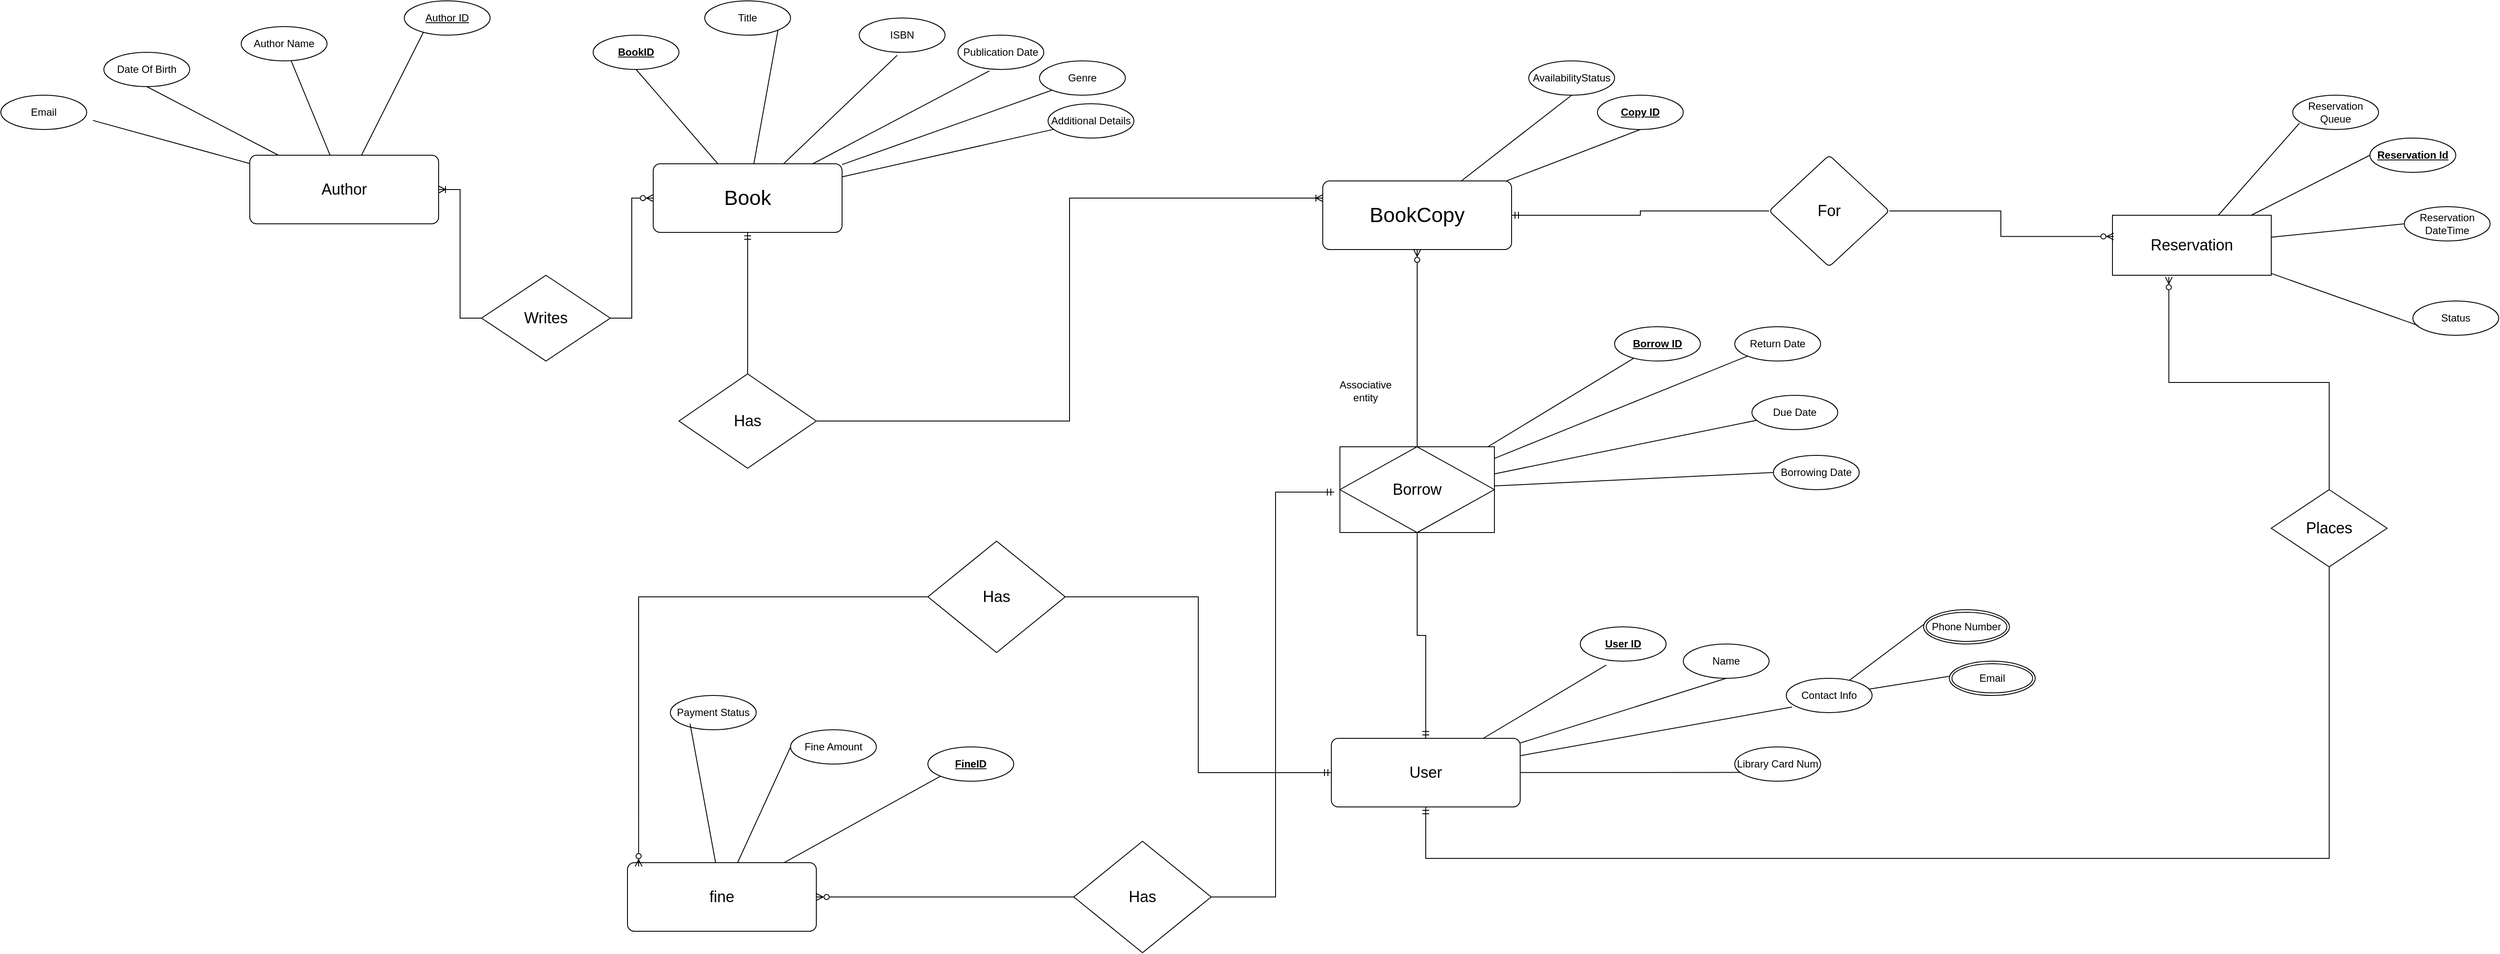
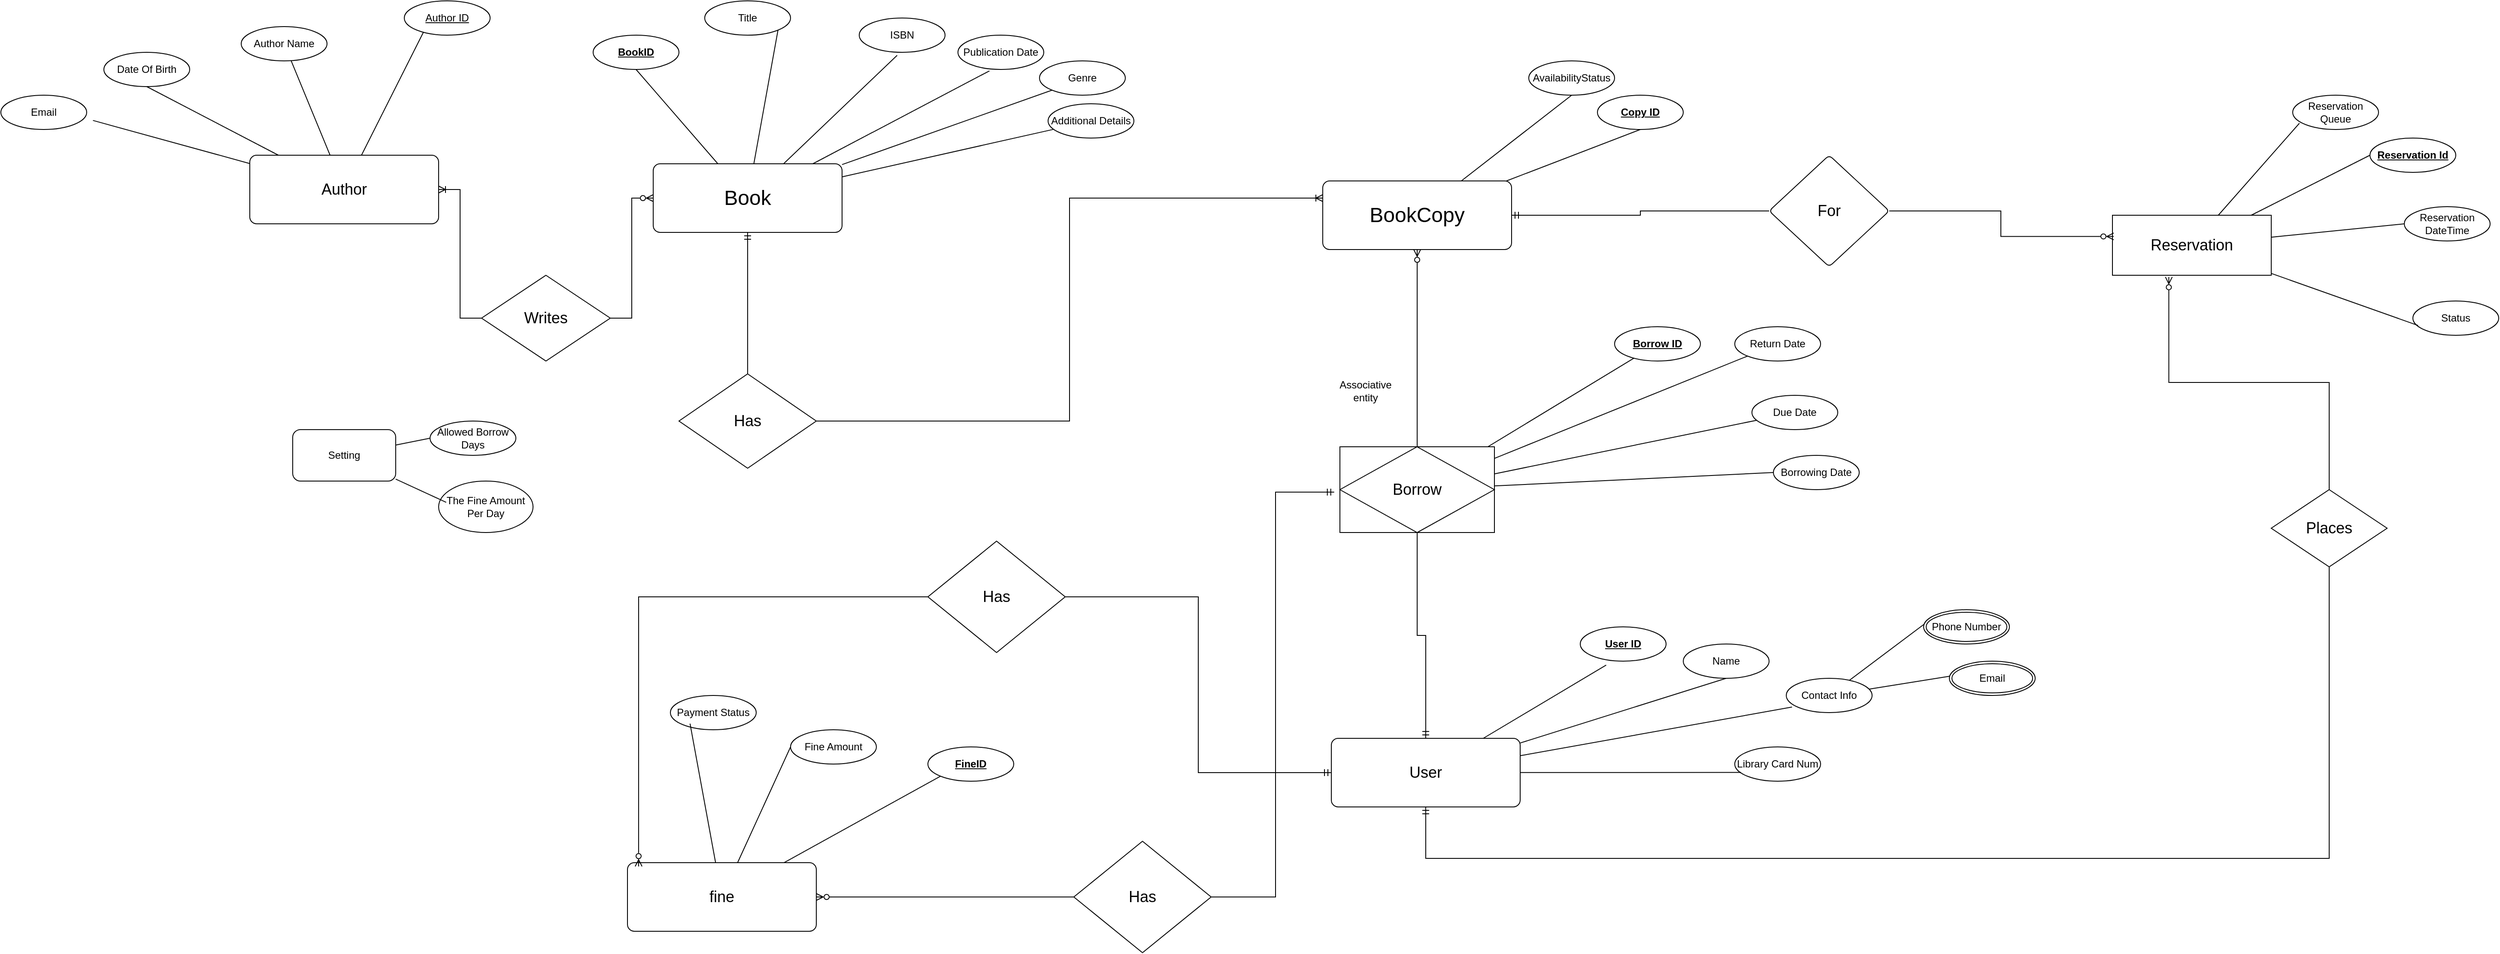
<mxfile host="app.diagrams.net">
  <diagram name="Page-1" id="B9Nwf9ZPLkXmfYra15Gt">
-     <mxGraphModel dx="2284" dy="1848" grid="1" gridSize="10" guides="1" tooltips="1" connect="1" arrows="1" fold="1" page="1" pageScale="1" pageWidth="850" pageHeight="1100" math="0" shadow="0">
+     <mxGraphModel dx="1545" dy="1462" grid="1" gridSize="10" guides="1" tooltips="1" connect="1" arrows="1" fold="1" page="1" pageScale="1" pageWidth="850" pageHeight="1100" math="0" shadow="0">
      <root>
        <mxCell id="0" />
        <mxCell id="1" parent="0" />
        <mxCell id="yqGJgnaFVJ7uCynHO3OM-8" edge="1" parent="1" source="yqGJgnaFVJ7uCynHO3OM-1" style="rounded=0;orthogonalLoop=1;jettySize=auto;html=1;entryX=0.5;entryY=1;entryDx=0;entryDy=0;endArrow=none;endFill=0;" target="yqGJgnaFVJ7uCynHO3OM-7">
          <mxGeometry relative="1" as="geometry" />
        </mxCell>
        <mxCell id="yqGJgnaFVJ7uCynHO3OM-9" edge="1" parent="1" source="yqGJgnaFVJ7uCynHO3OM-1" style="rounded=0;orthogonalLoop=1;jettySize=auto;html=1;entryX=1;entryY=1;entryDx=0;entryDy=0;endArrow=none;endFill=0;" target="yqGJgnaFVJ7uCynHO3OM-6">
          <mxGeometry relative="1" as="geometry" />
        </mxCell>
        <mxCell id="yqGJgnaFVJ7uCynHO3OM-14" edge="1" parent="1" source="yqGJgnaFVJ7uCynHO3OM-1" style="rounded=0;orthogonalLoop=1;jettySize=auto;html=1;entryX=0;entryY=1;entryDx=0;entryDy=0;endArrow=none;endFill=0;" target="yqGJgnaFVJ7uCynHO3OM-5">
          <mxGeometry relative="1" as="geometry" />
        </mxCell>
        <mxCell id="yqGJgnaFVJ7uCynHO3OM-16" edge="1" parent="1" source="yqGJgnaFVJ7uCynHO3OM-1" style="rounded=0;orthogonalLoop=1;jettySize=auto;html=1;endArrow=none;endFill=0;" target="yqGJgnaFVJ7uCynHO3OM-15">
          <mxGeometry relative="1" as="geometry" />
        </mxCell>
        <mxCell id="yqGJgnaFVJ7uCynHO3OM-65" edge="1" parent="1" source="yqGJgnaFVJ7uCynHO3OM-1" style="edgeStyle=orthogonalEdgeStyle;rounded=0;orthogonalLoop=1;jettySize=auto;html=1;startArrow=ERmandOne;startFill=0;endArrow=none;endFill=0;" target="yqGJgnaFVJ7uCynHO3OM-64">
          <mxGeometry relative="1" as="geometry" />
        </mxCell>
        <mxCell id="yqGJgnaFVJ7uCynHO3OM-1" parent="1" style="rounded=1;arcSize=10;whiteSpace=wrap;html=1;align=center;" value="&lt;font style=&quot;font-size: 24px;&quot;&gt;Book&lt;/font&gt;" vertex="1">
          <mxGeometry height="80" width="220" x="-30" y="110" as="geometry" />
        </mxCell>
        <mxCell id="yqGJgnaFVJ7uCynHO3OM-2" parent="1" style="ellipse;whiteSpace=wrap;html=1;align=center;" value="Author Name" vertex="1">
          <mxGeometry height="40" width="100" x="-510" y="-50" as="geometry" />
        </mxCell>
        <mxCell id="yqGJgnaFVJ7uCynHO3OM-3" parent="1" style="ellipse;whiteSpace=wrap;html=1;align=center;" value="ISBN" vertex="1">
          <mxGeometry height="40" width="100" x="210" y="-60" as="geometry" />
        </mxCell>
        <mxCell id="yqGJgnaFVJ7uCynHO3OM-4" parent="1" style="ellipse;whiteSpace=wrap;html=1;align=center;" value="Publication Date" vertex="1">
          <mxGeometry height="40" width="100" x="325" y="-40" as="geometry" />
        </mxCell>
        <mxCell id="yqGJgnaFVJ7uCynHO3OM-5" parent="1" style="ellipse;whiteSpace=wrap;html=1;align=center;" value="Genre" vertex="1">
          <mxGeometry height="40" width="100" x="420" y="-10" as="geometry" />
        </mxCell>
        <mxCell id="yqGJgnaFVJ7uCynHO3OM-6" parent="1" style="ellipse;whiteSpace=wrap;html=1;align=center;" value="Title" vertex="1">
          <mxGeometry height="40" width="100" x="30" y="-80" as="geometry" />
        </mxCell>
        <mxCell id="yqGJgnaFVJ7uCynHO3OM-7" parent="1" style="ellipse;whiteSpace=wrap;html=1;align=center;" value="&lt;b&gt;&lt;u&gt;BookID&lt;/u&gt;&lt;/b&gt;" vertex="1">
          <mxGeometry height="40" width="100" x="-100" y="-40" as="geometry" />
        </mxCell>
        <mxCell id="yqGJgnaFVJ7uCynHO3OM-12" edge="1" parent="1" source="yqGJgnaFVJ7uCynHO3OM-1" style="rounded=0;orthogonalLoop=1;jettySize=auto;html=1;entryX=0.442;entryY=1.088;entryDx=0;entryDy=0;entryPerimeter=0;endArrow=none;endFill=0;" target="yqGJgnaFVJ7uCynHO3OM-3">
          <mxGeometry relative="1" as="geometry" />
        </mxCell>
        <mxCell id="yqGJgnaFVJ7uCynHO3OM-13" edge="1" parent="1" source="yqGJgnaFVJ7uCynHO3OM-1" style="rounded=0;orthogonalLoop=1;jettySize=auto;html=1;entryX=0.367;entryY=1.041;entryDx=0;entryDy=0;entryPerimeter=0;endArrow=none;endFill=0;" target="yqGJgnaFVJ7uCynHO3OM-4">
          <mxGeometry relative="1" as="geometry" />
        </mxCell>
        <mxCell id="yqGJgnaFVJ7uCynHO3OM-15" parent="1" style="ellipse;whiteSpace=wrap;html=1;align=center;" value="&lt;div&gt;Additional Details&lt;/div&gt;" vertex="1">
          <mxGeometry height="40" width="100" x="430" y="40" as="geometry" />
        </mxCell>
        <mxCell id="yqGJgnaFVJ7uCynHO3OM-19" edge="1" parent="1" source="yqGJgnaFVJ7uCynHO3OM-17" style="rounded=0;orthogonalLoop=1;jettySize=auto;html=1;entryX=0.5;entryY=1;entryDx=0;entryDy=0;endArrow=none;endFill=0;" target="yqGJgnaFVJ7uCynHO3OM-18">
          <mxGeometry relative="1" as="geometry" />
        </mxCell>
        <mxCell id="yqGJgnaFVJ7uCynHO3OM-21" edge="1" parent="1" source="yqGJgnaFVJ7uCynHO3OM-17" style="rounded=0;orthogonalLoop=1;jettySize=auto;html=1;entryX=0.5;entryY=1;entryDx=0;entryDy=0;endArrow=none;endFill=0;" target="yqGJgnaFVJ7uCynHO3OM-20">
          <mxGeometry relative="1" as="geometry" />
        </mxCell>
        <mxCell id="yqGJgnaFVJ7uCynHO3OM-77" edge="1" parent="1" source="yqGJgnaFVJ7uCynHO3OM-17" style="edgeStyle=orthogonalEdgeStyle;rounded=0;orthogonalLoop=1;jettySize=auto;html=1;endArrow=none;endFill=0;startArrow=ERmandOne;startFill=0;" target="yqGJgnaFVJ7uCynHO3OM-76" value="">
          <mxGeometry relative="1" as="geometry" />
        </mxCell>
        <mxCell id="yqGJgnaFVJ7uCynHO3OM-17" parent="1" style="rounded=1;arcSize=10;whiteSpace=wrap;html=1;align=center;" value="&lt;font style=&quot;font-size: 24px;&quot;&gt;BookCopy&lt;/font&gt;" vertex="1">
          <mxGeometry height="80" width="220" x="750" y="130" as="geometry" />
        </mxCell>
        <mxCell id="yqGJgnaFVJ7uCynHO3OM-18" parent="1" style="ellipse;whiteSpace=wrap;html=1;align=center;" value="&lt;u&gt;&lt;b&gt;Copy ID&lt;/b&gt;&lt;/u&gt;" vertex="1">
          <mxGeometry height="40" width="100" x="1070" y="30" as="geometry" />
        </mxCell>
        <mxCell id="yqGJgnaFVJ7uCynHO3OM-20" parent="1" style="ellipse;whiteSpace=wrap;html=1;align=center;" value="&lt;div&gt;AvailabilityStatus &lt;/div&gt;" vertex="1">
          <mxGeometry height="40" width="100" x="990" y="-10" as="geometry" />
        </mxCell>
        <mxCell id="yqGJgnaFVJ7uCynHO3OM-24" edge="1" parent="1" source="yqGJgnaFVJ7uCynHO3OM-22" style="rounded=0;orthogonalLoop=1;jettySize=auto;html=1;entryX=0.5;entryY=1;entryDx=0;entryDy=0;endArrow=none;endFill=0;" target="yqGJgnaFVJ7uCynHO3OM-23">
          <mxGeometry relative="1" as="geometry" />
        </mxCell>
        <mxCell id="yqGJgnaFVJ7uCynHO3OM-62" edge="1" parent="1" source="yqGJgnaFVJ7uCynHO3OM-33" style="edgeStyle=orthogonalEdgeStyle;rounded=0;orthogonalLoop=1;jettySize=auto;html=1;entryX=1;entryY=0.5;entryDx=0;entryDy=0;endArrow=none;endFill=0;startArrow=ERmandOne;startFill=0;exitX=-0.037;exitY=0.529;exitDx=0;exitDy=0;exitPerimeter=0;" target="yqGJgnaFVJ7uCynHO3OM-61">
          <mxGeometry relative="1" as="geometry" />
        </mxCell>
        <mxCell id="yqGJgnaFVJ7uCynHO3OM-90" edge="1" parent="1" source="yqGJgnaFVJ7uCynHO3OM-22" style="edgeStyle=orthogonalEdgeStyle;rounded=0;orthogonalLoop=1;jettySize=auto;html=1;entryX=0.5;entryY=1;entryDx=0;entryDy=0;endArrow=none;endFill=0;startArrow=ERmandOne;startFill=0;" target="yqGJgnaFVJ7uCynHO3OM-89">
          <mxGeometry relative="1" as="geometry">
            <Array as="points">
              <mxPoint x="870" y="920" />
              <mxPoint x="1922.55" y="920" />
            </Array>
          </mxGeometry>
        </mxCell>
        <mxCell id="uUi9bw1wtk8PfAUnjRbH-18" edge="1" parent="1" source="yqGJgnaFVJ7uCynHO3OM-22" style="edgeStyle=orthogonalEdgeStyle;rounded=0;orthogonalLoop=1;jettySize=auto;html=1;entryX=1;entryY=0.5;entryDx=0;entryDy=0;endArrow=none;endFill=0;startArrow=ERmandOne;startFill=0;" target="uUi9bw1wtk8PfAUnjRbH-17">
          <mxGeometry relative="1" as="geometry" />
        </mxCell>
        <mxCell id="yqGJgnaFVJ7uCynHO3OM-22" parent="1" style="rounded=1;arcSize=10;whiteSpace=wrap;html=1;align=center;" value="&lt;font style=&quot;font-size: 18px;&quot;&gt;User&lt;/font&gt;" vertex="1">
          <mxGeometry height="80" width="220" x="760" y="780" as="geometry" />
        </mxCell>
        <mxCell id="yqGJgnaFVJ7uCynHO3OM-23" parent="1" style="ellipse;whiteSpace=wrap;html=1;align=center;" value="Name" vertex="1">
          <mxGeometry height="40" width="100" x="1170" y="670" as="geometry" />
        </mxCell>
        <mxCell id="yqGJgnaFVJ7uCynHO3OM-44" edge="1" parent="1" source="yqGJgnaFVJ7uCynHO3OM-26" style="rounded=0;orthogonalLoop=1;jettySize=auto;html=1;endArrow=none;endFill=0;entryX=0.005;entryY=0.425;entryDx=0;entryDy=0;entryPerimeter=0;" target="uUi9bw1wtk8PfAUnjRbH-2" value="">
          <mxGeometry relative="1" as="geometry">
            <mxPoint x="1419.6446614452443" y="658.2676115234988" as="targetPoint" />
          </mxGeometry>
        </mxCell>
        <mxCell id="yqGJgnaFVJ7uCynHO3OM-26" parent="1" style="ellipse;whiteSpace=wrap;html=1;align=center;" value="Contact Info" vertex="1">
          <mxGeometry height="40" width="100" x="1290" y="710" as="geometry" />
        </mxCell>
        <mxCell id="yqGJgnaFVJ7uCynHO3OM-29" edge="1" parent="1" source="yqGJgnaFVJ7uCynHO3OM-22" style="rounded=0;orthogonalLoop=1;jettySize=auto;html=1;entryX=0.067;entryY=0.838;entryDx=0;entryDy=0;entryPerimeter=0;endArrow=none;endFill=0;" target="yqGJgnaFVJ7uCynHO3OM-26">
          <mxGeometry relative="1" as="geometry" />
        </mxCell>
        <mxCell id="yqGJgnaFVJ7uCynHO3OM-30" parent="1" style="ellipse;whiteSpace=wrap;html=1;align=center;" value="Library Card Num" vertex="1">
          <mxGeometry height="40" width="100" x="1230" y="790" as="geometry" />
        </mxCell>
        <mxCell id="yqGJgnaFVJ7uCynHO3OM-31" edge="1" parent="1" source="yqGJgnaFVJ7uCynHO3OM-22" style="rounded=0;orthogonalLoop=1;jettySize=auto;html=1;entryX=0.073;entryY=0.744;entryDx=0;entryDy=0;entryPerimeter=0;endArrow=none;endFill=0;" target="yqGJgnaFVJ7uCynHO3OM-30">
          <mxGeometry relative="1" as="geometry" />
        </mxCell>
        <mxCell id="yqGJgnaFVJ7uCynHO3OM-48" edge="1" parent="1" source="yqGJgnaFVJ7uCynHO3OM-33" style="rounded=0;orthogonalLoop=1;jettySize=auto;html=1;endArrow=none;endFill=0;" target="yqGJgnaFVJ7uCynHO3OM-40">
          <mxGeometry relative="1" as="geometry" />
        </mxCell>
        <mxCell id="yqGJgnaFVJ7uCynHO3OM-49" edge="1" parent="1" source="yqGJgnaFVJ7uCynHO3OM-33" style="rounded=0;orthogonalLoop=1;jettySize=auto;html=1;endArrow=none;endFill=0;" target="yqGJgnaFVJ7uCynHO3OM-36">
          <mxGeometry relative="1" as="geometry" />
        </mxCell>
        <mxCell id="uUi9bw1wtk8PfAUnjRbH-9" edge="1" parent="1" source="yqGJgnaFVJ7uCynHO3OM-33" style="rounded=0;orthogonalLoop=1;jettySize=auto;html=1;endArrow=none;endFill=0;" target="uUi9bw1wtk8PfAUnjRbH-8">
          <mxGeometry relative="1" as="geometry" />
        </mxCell>
        <mxCell id="yqGJgnaFVJ7uCynHO3OM-33" parent="1" style="shape=associativeEntity;whiteSpace=wrap;html=1;align=center;" value="&lt;font style=&quot;font-size: 18px;&quot;&gt;Borrow&lt;/font&gt;" vertex="1">
          <mxGeometry height="100" width="180" x="770" y="440" as="geometry" />
        </mxCell>
        <mxCell id="yqGJgnaFVJ7uCynHO3OM-36" parent="1" style="ellipse;whiteSpace=wrap;html=1;align=center;" value="Return Date" vertex="1">
          <mxGeometry height="40" width="100" x="1230" y="300" as="geometry" />
        </mxCell>
        <mxCell id="yqGJgnaFVJ7uCynHO3OM-39" parent="1" style="ellipse;whiteSpace=wrap;html=1;align=center;" value="Borrowing Date" vertex="1">
          <mxGeometry height="40" width="100" x="1275" y="450" as="geometry" />
        </mxCell>
        <mxCell id="yqGJgnaFVJ7uCynHO3OM-40" parent="1" style="ellipse;whiteSpace=wrap;html=1;align=center;" value="Due Date" vertex="1">
          <mxGeometry height="40" width="100" x="1250" y="380" as="geometry" />
        </mxCell>
        <mxCell id="yqGJgnaFVJ7uCynHO3OM-46" edge="1" parent="1" source="yqGJgnaFVJ7uCynHO3OM-26" style="rounded=0;orthogonalLoop=1;jettySize=auto;html=1;entryX=0.063;entryY=0.415;entryDx=0;entryDy=0;entryPerimeter=0;endArrow=none;endFill=0;" target="uUi9bw1wtk8PfAUnjRbH-1">
          <mxGeometry relative="1" as="geometry">
            <mxPoint x="1509.1999999999998" y="696.6399999999999" as="targetPoint" />
          </mxGeometry>
        </mxCell>
        <mxCell id="yqGJgnaFVJ7uCynHO3OM-47" edge="1" parent="1" source="yqGJgnaFVJ7uCynHO3OM-33" style="rounded=0;orthogonalLoop=1;jettySize=auto;html=1;entryX=0;entryY=0.5;entryDx=0;entryDy=0;endArrow=none;endFill=0;" target="yqGJgnaFVJ7uCynHO3OM-39">
          <mxGeometry relative="1" as="geometry" />
        </mxCell>
        <mxCell id="yqGJgnaFVJ7uCynHO3OM-54" edge="1" parent="1" source="yqGJgnaFVJ7uCynHO3OM-50" style="rounded=0;orthogonalLoop=1;jettySize=auto;html=1;entryX=0;entryY=0.5;entryDx=0;entryDy=0;endArrow=none;endFill=0;" target="yqGJgnaFVJ7uCynHO3OM-53">
          <mxGeometry relative="1" as="geometry" />
        </mxCell>
        <mxCell id="yqGJgnaFVJ7uCynHO3OM-87" edge="1" parent="1" source="yqGJgnaFVJ7uCynHO3OM-50" style="rounded=0;orthogonalLoop=1;jettySize=auto;html=1;entryX=0;entryY=1;entryDx=0;entryDy=0;endArrow=none;endFill=0;" target="yqGJgnaFVJ7uCynHO3OM-86">
          <mxGeometry relative="1" as="geometry" />
        </mxCell>
        <mxCell id="yqGJgnaFVJ7uCynHO3OM-50" parent="1" style="rounded=1;arcSize=10;whiteSpace=wrap;html=1;align=center;" value="&lt;font style=&quot;font-size: 18px;&quot;&gt;fine&lt;/font&gt;" vertex="1">
          <mxGeometry height="80" width="220" x="-60" y="925" as="geometry" />
        </mxCell>
        <mxCell id="yqGJgnaFVJ7uCynHO3OM-51" parent="1" style="ellipse;whiteSpace=wrap;html=1;align=center;" value="Payment Status" vertex="1">
          <mxGeometry height="40" width="100" x="-10" y="730" as="geometry" />
        </mxCell>
        <mxCell id="yqGJgnaFVJ7uCynHO3OM-52" edge="1" parent="1" source="yqGJgnaFVJ7uCynHO3OM-50" style="rounded=0;orthogonalLoop=1;jettySize=auto;html=1;entryX=0.229;entryY=0.822;entryDx=0;entryDy=0;entryPerimeter=0;endArrow=none;endFill=0;" target="yqGJgnaFVJ7uCynHO3OM-51">
          <mxGeometry relative="1" as="geometry" />
        </mxCell>
        <mxCell id="yqGJgnaFVJ7uCynHO3OM-53" parent="1" style="ellipse;whiteSpace=wrap;html=1;align=center;" value="Fine Amount" vertex="1">
          <mxGeometry height="40" width="100" x="130" y="770" as="geometry" />
        </mxCell>
        <mxCell id="yqGJgnaFVJ7uCynHO3OM-57" edge="1" parent="1" source="yqGJgnaFVJ7uCynHO3OM-22" style="edgeStyle=orthogonalEdgeStyle;rounded=0;orthogonalLoop=1;jettySize=auto;html=1;entryX=0.5;entryY=1;entryDx=0;entryDy=0;endArrow=none;endFill=0;startArrow=ERmandOne;startFill=0;" target="yqGJgnaFVJ7uCynHO3OM-33">
          <mxGeometry relative="1" as="geometry" />
        </mxCell>
        <mxCell id="yqGJgnaFVJ7uCynHO3OM-59" edge="1" parent="1" source="yqGJgnaFVJ7uCynHO3OM-17" style="edgeStyle=orthogonalEdgeStyle;rounded=0;orthogonalLoop=1;jettySize=auto;html=1;entryX=0.5;entryY=0;entryDx=0;entryDy=0;endArrow=none;endFill=0;startArrow=ERzeroToMany;startFill=0;" target="yqGJgnaFVJ7uCynHO3OM-33">
          <mxGeometry relative="1" as="geometry" />
        </mxCell>
        <mxCell id="yqGJgnaFVJ7uCynHO3OM-63" edge="1" parent="1" source="yqGJgnaFVJ7uCynHO3OM-61" style="edgeStyle=orthogonalEdgeStyle;rounded=0;orthogonalLoop=1;jettySize=auto;html=1;entryX=1;entryY=0.5;entryDx=0;entryDy=0;endArrow=ERzeroToMany;endFill=0;startArrow=none;startFill=0;" target="yqGJgnaFVJ7uCynHO3OM-50">
          <mxGeometry relative="1" as="geometry" />
        </mxCell>
        <mxCell id="yqGJgnaFVJ7uCynHO3OM-61" parent="1" style="shape=rhombus;perimeter=rhombusPerimeter;whiteSpace=wrap;html=1;align=center;" value="&lt;font style=&quot;font-size: 18px;&quot;&gt;Has&lt;/font&gt;" vertex="1">
          <mxGeometry height="130" width="160" x="460" y="900" as="geometry" />
        </mxCell>
        <mxCell id="yqGJgnaFVJ7uCynHO3OM-66" edge="1" parent="1" source="yqGJgnaFVJ7uCynHO3OM-64" style="edgeStyle=orthogonalEdgeStyle;rounded=0;orthogonalLoop=1;jettySize=auto;html=1;entryX=0;entryY=0.25;entryDx=0;entryDy=0;endArrow=ERoneToMany;endFill=0;" target="yqGJgnaFVJ7uCynHO3OM-17">
          <mxGeometry relative="1" as="geometry" />
        </mxCell>
        <mxCell id="yqGJgnaFVJ7uCynHO3OM-64" parent="1" style="shape=rhombus;perimeter=rhombusPerimeter;whiteSpace=wrap;html=1;align=center;" value="&lt;font style=&quot;font-size: 18px;&quot;&gt;Has&lt;/font&gt;" vertex="1">
          <mxGeometry height="110" width="160" y="355" as="geometry" />
        </mxCell>
        <mxCell id="yqGJgnaFVJ7uCynHO3OM-70" edge="1" parent="1" source="yqGJgnaFVJ7uCynHO3OM-68" style="rounded=0;orthogonalLoop=1;jettySize=auto;html=1;entryX=0;entryY=0.5;entryDx=0;entryDy=0;endArrow=none;endFill=0;" target="yqGJgnaFVJ7uCynHO3OM-69">
          <mxGeometry relative="1" as="geometry" />
        </mxCell>
        <mxCell id="yqGJgnaFVJ7uCynHO3OM-68" parent="1" style="whiteSpace=wrap;html=1;" value="&lt;font style=&quot;font-size: 18px;&quot;&gt;Reservation&lt;/font&gt;" vertex="1">
          <mxGeometry height="70" width="185" x="1670" y="170" as="geometry" />
        </mxCell>
        <mxCell id="yqGJgnaFVJ7uCynHO3OM-69" parent="1" style="ellipse;whiteSpace=wrap;html=1;align=center;" value="&lt;b&gt;&lt;u&gt;Reservation Id&lt;/u&gt;&lt;/b&gt;" vertex="1">
          <mxGeometry height="40" width="100" x="1970" y="80" as="geometry" />
        </mxCell>
        <mxCell id="yqGJgnaFVJ7uCynHO3OM-71" parent="1" style="ellipse;whiteSpace=wrap;html=1;align=center;" value="Reservation DateTime" vertex="1">
          <mxGeometry height="40" width="100" x="2010" y="160" as="geometry" />
        </mxCell>
        <mxCell id="yqGJgnaFVJ7uCynHO3OM-72" edge="1" parent="1" source="yqGJgnaFVJ7uCynHO3OM-68" style="rounded=0;orthogonalLoop=1;jettySize=auto;html=1;entryX=0;entryY=0.5;entryDx=0;entryDy=0;endArrow=none;endFill=0;" target="yqGJgnaFVJ7uCynHO3OM-71">
          <mxGeometry relative="1" as="geometry" />
        </mxCell>
        <mxCell id="yqGJgnaFVJ7uCynHO3OM-74" parent="1" style="ellipse;whiteSpace=wrap;html=1;align=center;" value="Status" vertex="1">
          <mxGeometry height="40" width="100" x="2020" y="270" as="geometry" />
        </mxCell>
        <mxCell id="yqGJgnaFVJ7uCynHO3OM-75" edge="1" parent="1" source="yqGJgnaFVJ7uCynHO3OM-68" style="rounded=0;orthogonalLoop=1;jettySize=auto;html=1;entryX=0.061;entryY=0.714;entryDx=0;entryDy=0;entryPerimeter=0;endArrow=none;endFill=0;" target="yqGJgnaFVJ7uCynHO3OM-74">
          <mxGeometry relative="1" as="geometry" />
        </mxCell>
        <mxCell id="yqGJgnaFVJ7uCynHO3OM-76" parent="1" style="rhombus;whiteSpace=wrap;html=1;rounded=1;arcSize=10;" value="&lt;font style=&quot;font-size: 18px;&quot;&gt;For&lt;/font&gt;" vertex="1">
          <mxGeometry height="130" width="140" x="1270" y="100" as="geometry" />
        </mxCell>
        <mxCell id="yqGJgnaFVJ7uCynHO3OM-78" edge="1" parent="1" source="yqGJgnaFVJ7uCynHO3OM-76" style="edgeStyle=orthogonalEdgeStyle;rounded=0;orthogonalLoop=1;jettySize=auto;html=1;entryX=0.008;entryY=0.353;entryDx=0;entryDy=0;entryPerimeter=0;endArrow=ERzeroToMany;endFill=0;" target="yqGJgnaFVJ7uCynHO3OM-68">
          <mxGeometry relative="1" as="geometry" />
        </mxCell>
        <mxCell id="yqGJgnaFVJ7uCynHO3OM-80" edge="1" parent="1" source="yqGJgnaFVJ7uCynHO3OM-79" style="rounded=0;orthogonalLoop=1;jettySize=auto;html=1;endArrow=none;endFill=0;" target="yqGJgnaFVJ7uCynHO3OM-2">
          <mxGeometry relative="1" as="geometry" />
        </mxCell>
        <mxCell id="yqGJgnaFVJ7uCynHO3OM-84" edge="1" parent="1" source="yqGJgnaFVJ7uCynHO3OM-79" style="edgeStyle=orthogonalEdgeStyle;rounded=0;orthogonalLoop=1;jettySize=auto;html=1;entryX=0;entryY=0.5;entryDx=0;entryDy=0;endArrow=none;endFill=0;startArrow=ERoneToMany;startFill=0;" target="yqGJgnaFVJ7uCynHO3OM-83">
          <mxGeometry relative="1" as="geometry" />
        </mxCell>
        <mxCell id="uUi9bw1wtk8PfAUnjRbH-12" edge="1" parent="1" source="yqGJgnaFVJ7uCynHO3OM-79" style="rounded=0;orthogonalLoop=1;jettySize=auto;html=1;entryX=0.5;entryY=1;entryDx=0;entryDy=0;endArrow=none;endFill=0;" target="uUi9bw1wtk8PfAUnjRbH-11">
          <mxGeometry relative="1" as="geometry" />
        </mxCell>
        <mxCell id="yqGJgnaFVJ7uCynHO3OM-79" parent="1" style="rounded=1;arcSize=10;whiteSpace=wrap;html=1;align=center;" value="&lt;font style=&quot;font-size: 18px;&quot;&gt;Author&lt;/font&gt;" vertex="1">
          <mxGeometry height="80" width="220" x="-500" y="100" as="geometry" />
        </mxCell>
        <mxCell id="yqGJgnaFVJ7uCynHO3OM-81" parent="1" style="ellipse;whiteSpace=wrap;html=1;align=center;" value="&lt;u&gt;Author ID&lt;/u&gt;" vertex="1">
          <mxGeometry height="40" width="100" x="-320" y="-80" as="geometry" />
        </mxCell>
        <mxCell id="yqGJgnaFVJ7uCynHO3OM-82" edge="1" parent="1" source="yqGJgnaFVJ7uCynHO3OM-79" style="rounded=0;orthogonalLoop=1;jettySize=auto;html=1;entryX=0.222;entryY=0.918;entryDx=0;entryDy=0;entryPerimeter=0;endArrow=none;endFill=0;" target="yqGJgnaFVJ7uCynHO3OM-81">
          <mxGeometry relative="1" as="geometry" />
        </mxCell>
        <mxCell id="yqGJgnaFVJ7uCynHO3OM-85" edge="1" parent="1" source="yqGJgnaFVJ7uCynHO3OM-83" style="edgeStyle=orthogonalEdgeStyle;rounded=0;orthogonalLoop=1;jettySize=auto;html=1;entryX=0;entryY=0.5;entryDx=0;entryDy=0;endArrow=ERzeroToMany;endFill=0;" target="yqGJgnaFVJ7uCynHO3OM-1">
          <mxGeometry relative="1" as="geometry" />
        </mxCell>
        <mxCell id="yqGJgnaFVJ7uCynHO3OM-83" parent="1" style="shape=rhombus;perimeter=rhombusPerimeter;whiteSpace=wrap;html=1;align=center;" value="&lt;font style=&quot;font-size: 18px;&quot;&gt;Writes&lt;/font&gt;" vertex="1">
          <mxGeometry height="100" width="150" x="-230" y="240" as="geometry" />
        </mxCell>
        <mxCell id="yqGJgnaFVJ7uCynHO3OM-86" parent="1" style="ellipse;whiteSpace=wrap;html=1;align=center;" value="&lt;b&gt;&lt;u&gt;FineID&lt;/u&gt;&lt;/b&gt;" vertex="1">
          <mxGeometry height="40" width="100" x="290" y="790" as="geometry" />
        </mxCell>
        <mxCell id="yqGJgnaFVJ7uCynHO3OM-89" parent="1" style="shape=rhombus;perimeter=rhombusPerimeter;whiteSpace=wrap;html=1;align=center;" value="&lt;font style=&quot;font-size: 18px;&quot;&gt;Places&lt;/font&gt;" vertex="1">
          <mxGeometry height="90" width="135" x="1855" y="490" as="geometry" />
        </mxCell>
        <mxCell id="yqGJgnaFVJ7uCynHO3OM-91" edge="1" parent="1" source="yqGJgnaFVJ7uCynHO3OM-89" style="edgeStyle=orthogonalEdgeStyle;rounded=0;orthogonalLoop=1;jettySize=auto;html=1;entryX=0.355;entryY=1.028;entryDx=0;entryDy=0;entryPerimeter=0;endArrow=ERzeroToMany;endFill=0;startArrow=none;startFill=0;" target="yqGJgnaFVJ7uCynHO3OM-68">
          <mxGeometry relative="1" as="geometry" />
        </mxCell>
        <mxCell id="uUi9bw1wtk8PfAUnjRbH-1" parent="1" style="ellipse;shape=doubleEllipse;margin=3;whiteSpace=wrap;html=1;align=center;" value="Email" vertex="1">
          <mxGeometry height="40" width="100" x="1480" y="690" as="geometry" />
        </mxCell>
        <mxCell id="uUi9bw1wtk8PfAUnjRbH-2" parent="1" style="ellipse;shape=doubleEllipse;margin=3;whiteSpace=wrap;html=1;align=center;" value="Phone Number" vertex="1">
          <mxGeometry height="40" width="100" x="1450" y="630" as="geometry" />
        </mxCell>
        <mxCell id="uUi9bw1wtk8PfAUnjRbH-3" parent="1" style="ellipse;whiteSpace=wrap;html=1;align=center;" value="Reservation Queue" vertex="1">
          <mxGeometry height="40" width="100" x="1880" y="30" as="geometry" />
        </mxCell>
        <mxCell id="uUi9bw1wtk8PfAUnjRbH-4" edge="1" parent="1" source="yqGJgnaFVJ7uCynHO3OM-68" style="rounded=0;orthogonalLoop=1;jettySize=auto;html=1;entryX=0.078;entryY=0.819;entryDx=0;entryDy=0;entryPerimeter=0;endArrow=none;endFill=0;" target="uUi9bw1wtk8PfAUnjRbH-3">
          <mxGeometry relative="1" as="geometry" />
        </mxCell>
        <mxCell id="uUi9bw1wtk8PfAUnjRbH-8" parent="1" style="ellipse;whiteSpace=wrap;html=1;align=center;" value="&lt;b&gt;&lt;u&gt;Borrow ID&lt;/u&gt;&lt;/b&gt;" vertex="1">
          <mxGeometry height="40" width="100" x="1090" y="300" as="geometry" />
        </mxCell>
        <mxCell id="uUi9bw1wtk8PfAUnjRbH-10" parent="1" style="text;html=1;whiteSpace=wrap;strokeColor=none;fillColor=none;align=center;verticalAlign=middle;rounded=0;" value="Associative entity" vertex="1">
          <mxGeometry height="30" width="60" x="770" y="360" as="geometry" />
        </mxCell>
        <mxCell id="uUi9bw1wtk8PfAUnjRbH-11" parent="1" style="ellipse;whiteSpace=wrap;html=1;align=center;" value="Date Of Birth" vertex="1">
          <mxGeometry height="40" width="100" x="-670" y="-20" as="geometry" />
        </mxCell>
        <mxCell id="uUi9bw1wtk8PfAUnjRbH-13" parent="1" style="ellipse;whiteSpace=wrap;html=1;align=center;" value="Email" vertex="1">
          <mxGeometry height="40" width="100" x="-790" y="30" as="geometry" />
        </mxCell>
        <mxCell id="uUi9bw1wtk8PfAUnjRbH-14" edge="1" parent="1" source="yqGJgnaFVJ7uCynHO3OM-79" style="rounded=0;orthogonalLoop=1;jettySize=auto;html=1;entryX=1.073;entryY=0.736;entryDx=0;entryDy=0;entryPerimeter=0;endArrow=none;endFill=0;" target="uUi9bw1wtk8PfAUnjRbH-13">
          <mxGeometry relative="1" as="geometry" />
        </mxCell>
        <mxCell id="uUi9bw1wtk8PfAUnjRbH-17" parent="1" style="shape=rhombus;perimeter=rhombusPerimeter;whiteSpace=wrap;html=1;align=center;" value="&lt;font style=&quot;font-size: 18px;&quot;&gt;Has&lt;/font&gt;" vertex="1">
          <mxGeometry height="130" width="160" x="290" y="550" as="geometry" />
        </mxCell>
        <mxCell id="uUi9bw1wtk8PfAUnjRbH-19" edge="1" parent="1" source="uUi9bw1wtk8PfAUnjRbH-17" style="edgeStyle=orthogonalEdgeStyle;rounded=0;orthogonalLoop=1;jettySize=auto;html=1;entryX=0.059;entryY=0.055;entryDx=0;entryDy=0;entryPerimeter=0;endArrow=ERzeroToMany;endFill=0;" target="yqGJgnaFVJ7uCynHO3OM-50">
          <mxGeometry relative="1" as="geometry" />
        </mxCell>
        <mxCell id="uUi9bw1wtk8PfAUnjRbH-20" parent="1" style="ellipse;whiteSpace=wrap;html=1;align=center;" value="&lt;b&gt;&lt;u&gt;User ID&lt;/u&gt;&lt;/b&gt;" vertex="1">
          <mxGeometry height="40" width="100" x="1050" y="650" as="geometry" />
        </mxCell>
        <mxCell id="uUi9bw1wtk8PfAUnjRbH-21" edge="1" parent="1" source="yqGJgnaFVJ7uCynHO3OM-22" style="rounded=0;orthogonalLoop=1;jettySize=auto;html=1;entryX=0.302;entryY=1.113;entryDx=0;entryDy=0;entryPerimeter=0;endArrow=none;endFill=0;" target="uUi9bw1wtk8PfAUnjRbH-20">
          <mxGeometry relative="1" as="geometry" />
        </mxCell>
+         <mxCell id="uUi9bw1wtk8PfAUnjRbH-25" edge="1" parent="1" source="uUi9bw1wtk8PfAUnjRbH-22" style="rounded=0;orthogonalLoop=1;jettySize=auto;html=1;entryX=0;entryY=0.5;entryDx=0;entryDy=0;endArrow=none;endFill=0;" target="uUi9bw1wtk8PfAUnjRbH-24">
+           <mxGeometry relative="1" as="geometry" />
+         </mxCell>
+         <mxCell id="uUi9bw1wtk8PfAUnjRbH-22" parent="1" style="rounded=1;whiteSpace=wrap;html=1;" value="Setting" vertex="1">
+           <mxGeometry height="60" width="120" x="-450" y="420" as="geometry" />
+         </mxCell>
+         <mxCell id="uUi9bw1wtk8PfAUnjRbH-24" parent="1" style="ellipse;whiteSpace=wrap;html=1;align=center;" value="Allowed Borrow Days" vertex="1">
+           <mxGeometry height="40" width="100" x="-290" y="410" as="geometry" />
+         </mxCell>
+         <mxCell id="uUi9bw1wtk8PfAUnjRbH-28" parent="1" style="ellipse;whiteSpace=wrap;html=1;align=center;" value="The Fine Amount Per Day" vertex="1">
+           <mxGeometry height="60" width="110" x="-280" y="480" as="geometry" />
+         </mxCell>
+         <mxCell id="uUi9bw1wtk8PfAUnjRbH-29" edge="1" parent="1" source="uUi9bw1wtk8PfAUnjRbH-22" style="rounded=0;orthogonalLoop=1;jettySize=auto;html=1;entryX=0.08;entryY=0.413;entryDx=0;entryDy=0;entryPerimeter=0;endArrow=none;endFill=0;" target="uUi9bw1wtk8PfAUnjRbH-28">
+           <mxGeometry relative="1" as="geometry" />
+         </mxCell>
      </root>
    </mxGraphModel>
  </diagram>
</mxfile>
